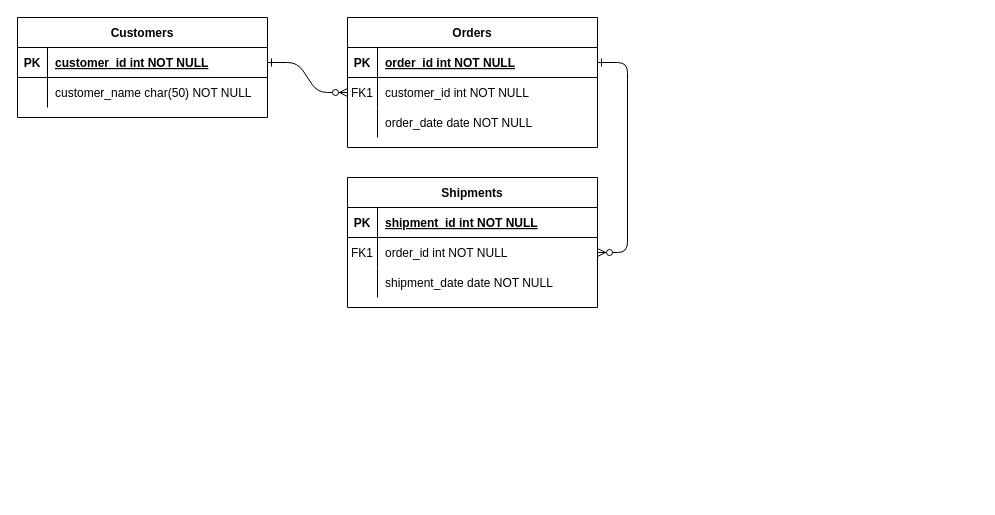
Above: page "ER図" (1 of 2) of 試料分析システム.drawio in kaoru387/draw.io (draw.io), before the change. Source tidied: cells renumbered, new cells numbered last; positions are measured from the earlier drawing's top-left corner, leaving out a move shared by most shapes. Both pictures are drawn from the tidied source at 100%, with x=0, y=0 at pixel (17, 17).
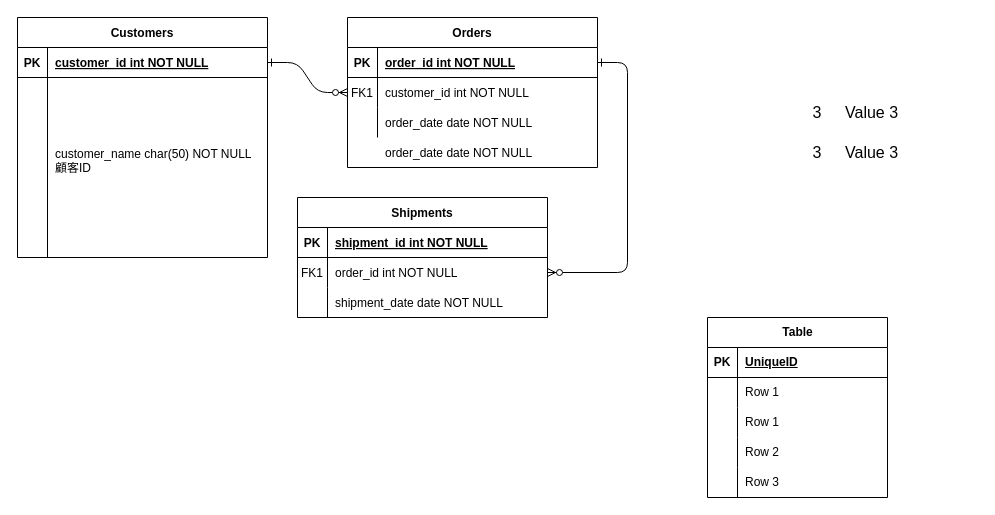
Above is the later version.

Commit message (it also covers changes not shown here):
試料分析システム.drawio を更新します

Change to the diagram source:
```diff
@@
     <mxCell id="4" value="Orders" style="shape=table;startSize=30;childLayout=tableLayout;rowLines=0;fontStyle=1;align=center;" parent="1" vertex="1">
-      <mxGeometry x="330" width="250" height="130" as="geometry" />
+      <mxGeometry x="330" width="250" height="150" as="geometry" />
     </mxCell>
@@
     <mxCell id="14" value="Shipments" style="shape=table;startSize=30;childLayout=tableLayout;rowLines=0;fontStyle=1;align=center;" parent="1" vertex="1">
-      <mxGeometry x="330" y="160" width="250" height="130" as="geometry" />
+      <mxGeometry x="280" y="180" width="250" height="120" as="geometry" />
     </mxCell>
@@
     <mxCell id="24" value="Customers" style="shape=table;startSize=30;childLayout=tableLayout;rowLines=0;fontStyle=1;align=center;" parent="1" vertex="1">
-      <mxGeometry width="250" height="100" as="geometry" />
+      <mxGeometry width="250" height="240" as="geometry" />
     </mxCell>
@@
     <mxCell id="28" style="shape=partialRectangle;fillColor=none;top=0;left=0;right=0;bottom=0;" parent="24" vertex="1">
-      <mxGeometry y="60" width="250" height="30" as="geometry" />
+      <mxGeometry y="60" width="250" height="180" as="geometry" />
     </mxCell>
     <mxCell id="29" style="shape=partialRectangle;overflow=hidden;fillColor=none;top=0;left=0;bottom=0;right=0;" parent="28" vertex="1">
-      <mxGeometry width="30" height="30" as="geometry" />
+      <mxGeometry width="30" height="180" as="geometry" />
     </mxCell>
-    <mxCell id="30" value="customer_name char(50) NOT NULL" style="shape=partialRectangle;overflow=hidden;fillColor=none;top=0;left=0;bottom=0;right=0;align=left;spacingLeft=6;" parent="28" vertex="1">
-      <mxGeometry x="30" width="220" height="30" as="geometry" />
+    <mxCell id="30" value="customer_name char(50) NOT NULL&#10;顧客ID&#10;" style="shape=partialRectangle;overflow=hidden;fillColor=none;top=0;left=0;bottom=0;right=0;align=left;spacingLeft=6;" parent="28" vertex="1">
+      <mxGeometry x="30" width="220" height="180" as="geometry" />
     </mxCell>
+    <mxCell id="31" value="order_date date NOT NULL" style="shape=partialRectangle;overflow=hidden;fillColor=none;top=0;left=0;bottom=0;right=0;align=left;spacingLeft=6;" parent="1" vertex="1">
+      <mxGeometry x="360" y="120" width="220" height="30" as="geometry" />
+    </mxCell>
+    <mxCell id="32" value="Table" style="shape=table;startSize=30;childLayout=tableLayout;rowLines=0;fontStyle=1;align=center;html=1;" parent="1" vertex="1">
+      <mxGeometry x="690" y="300" width="180" height="180" as="geometry" />
+    </mxCell>
+    <mxCell id="33" style="shape=tableRow;horizontal=0;startSize=0;swimlaneHead=0;swimlaneBody=0;fillColor=none;top=0;left=0;right=0;bottom=1;" parent="32" vertex="1">
+      <mxGeometry y="30" width="180" height="30" as="geometry" />
+    </mxCell>
+    <mxCell id="34" value="PK" style="shape=partialRectangle;fillColor=none;top=0;left=0;bottom=0;right=0;fontStyle=1;overflow=hidden;whiteSpace=wrap;html=1;" parent="33" vertex="1">
+      <mxGeometry width="30" height="30" as="geometry" />
+    </mxCell>
+    <mxCell id="35" value="UniqueID" style="shape=partialRectangle;fillColor=none;top=0;left=0;bottom=0;right=0;align=left;spacingLeft=6;fontStyle=5;overflow=hidden;whiteSpace=wrap;html=1;" parent="33" vertex="1">
+      <mxGeometry x="30" width="150" height="30" as="geometry" />
+    </mxCell>
+    <mxCell id="36" style="shape=tableRow;horizontal=0;startSize=0;swimlaneHead=0;swimlaneBody=0;fillColor=none;top=0;left=0;right=0;bottom=0;" parent="32" vertex="1">
+      <mxGeometry y="60" width="180" height="30" as="geometry" />
+    </mxCell>
+    <mxCell id="37" style="shape=partialRectangle;fillColor=none;top=0;left=0;bottom=0;right=0;overflow=hidden;whiteSpace=wrap;html=1;" parent="36" vertex="1">
+      <mxGeometry width="30" height="30" as="geometry" />
+    </mxCell>
+    <mxCell id="38" value="Row 1" style="shape=partialRectangle;fillColor=none;top=0;left=0;bottom=0;right=0;align=left;spacingLeft=6;overflow=hidden;whiteSpace=wrap;html=1;" parent="36" vertex="1">
+      <mxGeometry x="30" width="150" height="30" as="geometry" />
+    </mxCell>
+    <mxCell id="39" style="shape=tableRow;horizontal=0;startSize=0;swimlaneHead=0;swimlaneBody=0;fillColor=none;top=0;left=0;right=0;bottom=0;" parent="32" vertex="1">
+      <mxGeometry y="90" width="180" height="30" as="geometry" />
+    </mxCell>
+    <mxCell id="40" style="shape=partialRectangle;fillColor=none;top=0;left=0;bottom=0;right=0;overflow=hidden;whiteSpace=wrap;html=1;" parent="39" vertex="1">
+      <mxGeometry width="30" height="30" as="geometry" />
+    </mxCell>
+    <mxCell id="41" value="Row 1" style="shape=partialRectangle;fillColor=none;top=0;left=0;bottom=0;right=0;align=left;spacingLeft=6;overflow=hidden;whiteSpace=wrap;html=1;" parent="39" vertex="1">
+      <mxGeometry x="30" width="150" height="30" as="geometry" />
+    </mxCell>
+    <mxCell id="42" style="shape=tableRow;horizontal=0;startSize=0;swimlaneHead=0;swimlaneBody=0;fillColor=none;top=0;left=0;right=0;bottom=0;" parent="32" vertex="1">
+      <mxGeometry y="120" width="180" height="30" as="geometry" />
+    </mxCell>
+    <mxCell id="43" style="shape=partialRectangle;fillColor=none;top=0;left=0;bottom=0;right=0;overflow=hidden;whiteSpace=wrap;html=1;" parent="42" vertex="1">
+      <mxGeometry width="30" height="30" as="geometry" />
+    </mxCell>
+    <mxCell id="44" value="Row 2" style="shape=partialRectangle;fillColor=none;top=0;left=0;bottom=0;right=0;align=left;spacingLeft=6;overflow=hidden;whiteSpace=wrap;html=1;" parent="42" vertex="1">
+      <mxGeometry x="30" width="150" height="30" as="geometry" />
+    </mxCell>
+    <mxCell id="45" style="shape=tableRow;horizontal=0;startSize=0;swimlaneHead=0;swimlaneBody=0;fillColor=none;top=0;left=0;right=0;bottom=0;" parent="32" vertex="1">
+      <mxGeometry y="150" width="180" height="30" as="geometry" />
+    </mxCell>
+    <mxCell id="46" style="shape=partialRectangle;fillColor=none;top=0;left=0;bottom=0;right=0;overflow=hidden;whiteSpace=wrap;html=1;" parent="45" vertex="1">
+      <mxGeometry width="30" height="30" as="geometry" />
+    </mxCell>
+    <mxCell id="47" value="Row 3" style="shape=partialRectangle;fillColor=none;top=0;left=0;bottom=0;right=0;align=left;spacingLeft=6;overflow=hidden;whiteSpace=wrap;html=1;" parent="45" vertex="1">
+      <mxGeometry x="30" width="150" height="30" as="geometry" />
+    </mxCell>
+    <mxCell id="48" value="Value 3" style="shape=partialRectangle;html=1;whiteSpace=wrap;fillColor=none;top=0;left=0;bottom=0;right=0;align=left;spacingLeft=6;overflow=hidden;strokeColor=inherit;fontSize=16;" parent="1" vertex="1">
+      <mxGeometry x="820" y="80" width="140" height="30" as="geometry" />
+    </mxCell>
+    <mxCell id="49" value="3" style="shape=partialRectangle;html=1;whiteSpace=wrap;fillColor=none;top=0;left=0;bottom=0;right=0;overflow=hidden;strokeColor=inherit;fontSize=16;" parent="1" vertex="1">
+      <mxGeometry x="780" y="80" width="40" height="30" as="geometry" />
+    </mxCell>
+    <mxCell id="50" style="shape=tableRow;horizontal=0;startSize=0;swimlaneHead=0;swimlaneBody=0;top=0;left=0;bottom=0;right=0;fillColor=none;strokeColor=inherit;fontSize=16;" parent="1" vertex="1">
+      <mxGeometry x="780" y="120" width="180" height="30" as="geometry" />
+    </mxCell>
+    <mxCell id="51" value="3" style="shape=partialRectangle;html=1;whiteSpace=wrap;fillColor=none;top=0;left=0;bottom=0;right=0;overflow=hidden;strokeColor=inherit;fontSize=16;" parent="50" vertex="1">
+      <mxGeometry width="40" height="30" as="geometry" />
+    </mxCell>
+    <mxCell id="52" value="Value 3" style="shape=partialRectangle;html=1;whiteSpace=wrap;fillColor=none;top=0;left=0;bottom=0;right=0;align=left;spacingLeft=6;overflow=hidden;strokeColor=inherit;fontSize=16;" parent="50" vertex="1">
+      <mxGeometry x="40" width="140" height="30" as="geometry" />
+    </mxCell>
```
